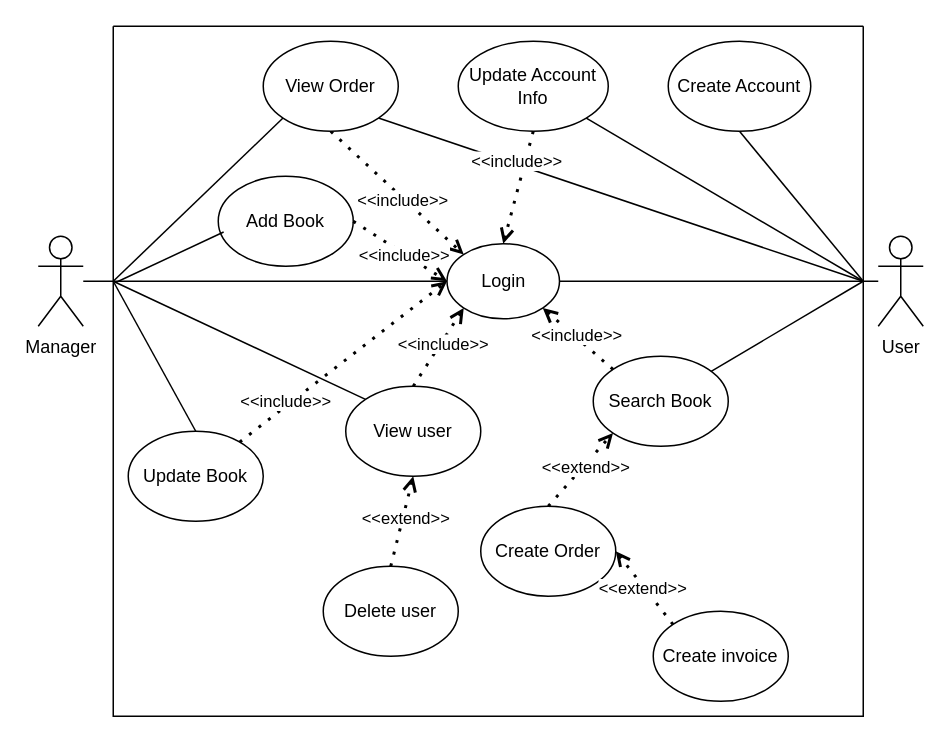
The draw.io diagram Diagrams/UseCase.drawio in starven333/ShopProject, before the edit. Source tidied: cells renumbered, new cells numbered last; positions are measured from the earlier drawing's top-left corner, leaving out a move shared by most shapes. Both pictures are drawn from the tidied source at 150%, with x=0, y=0 at pixel (38, 26).
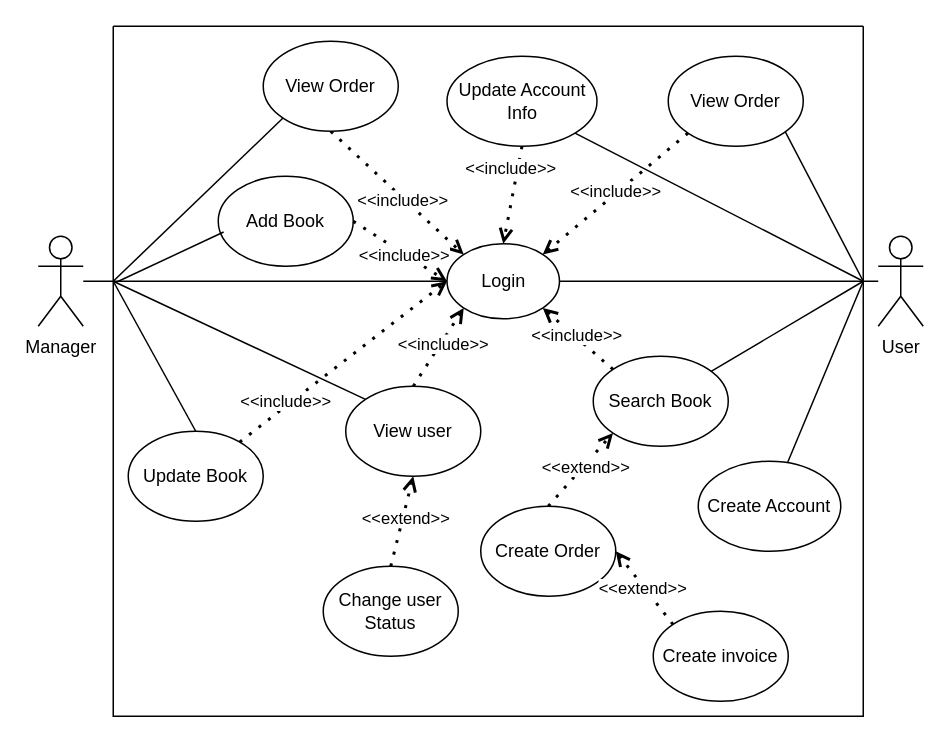
The same page after the edit.

Unchanged cells that the change refers to:
```xml
<mxCell id="6" value="Login" style="ellipse;whiteSpace=wrap;html=1;" parent="1" vertex="1">
  <mxGeometry x="272.5" y="145" width="75" height="50" as="geometry" />
</mxCell>
<mxCell id="33" style="swimlane;startSize=0;" parent="1" vertex="1">
  <mxGeometry x="50" width="500" height="460" as="geometry" />
</mxCell>
<mxCell id="42" value="View Order" style="ellipse;whiteSpace=wrap;html=1;" parent="33" vertex="1">
  <mxGeometry x="100" y="10" width="90" height="60" as="geometry" />
</mxCell>
```

Diff of the diagram source:
```diff
@@
-    <mxCell id="15" value="Update Account Info" style="ellipse;whiteSpace=wrap;html=1;" parent="1" vertex="1">
-      <mxGeometry x="280" y="10" width="100" height="60" as="geometry" />
-    </mxCell>
@@
-    <mxCell id="17" style="endArrow=none;html=1;rounded=0;entryX=1;entryY=1;entryDx=0;entryDy=0;" parent="1" edge="1" target="42">
+    <mxCell id="17" style="endArrow=none;html=1;rounded=0;entryX=0.578;entryY=0.007;entryDx=0;entryDy=0;entryPerimeter=0;" parent="1" edge="1" target="45">
       <mxGeometry relative="1" as="geometry">
         <mxPoint x="550" y="170" as="sourcePoint" />
       </mxGeometry>
     </mxCell>
@@
     <mxCell id="28" value="Create Account" style="ellipse;whiteSpace=wrap;html=1;" parent="1" vertex="1">
-      <mxGeometry x="420" y="10" width="95" height="60" as="geometry" />
+      <mxGeometry x="440" y="290" width="95" height="60" as="geometry" />
     </mxCell>
-    <mxCell id="29" style="endArrow=none;html=1;rounded=0;entryX=0.5;entryY=1;entryDx=0;entryDy=0;" parent="1" edge="1" target="28">
+    <mxCell id="29" style="endArrow=none;html=1;rounded=0;" parent="1" edge="1" target="28">
       <mxGeometry relative="1" as="geometry">
         <mxPoint x="550" y="170" as="sourcePoint" />
       </mxGeometry>
     </mxCell>
@@
-    <mxCell id="35" value="Delete user" style="ellipse;whiteSpace=wrap;html=1;" parent="33" vertex="1">
+    <mxCell id="35" value="Change user Status" style="ellipse;whiteSpace=wrap;html=1;" parent="33" vertex="1">
       <mxGeometry x="140" y="360" width="90" height="60" as="geometry" />
     </mxCell>
@@
+    <mxCell id="45" value="View Order" style="ellipse;whiteSpace=wrap;html=1;" parent="33" vertex="1">
+      <mxGeometry x="370" y="20" width="90" height="60" as="geometry" />
+    </mxCell>
+    <mxCell id="15" value="Update Account Info" style="ellipse;whiteSpace=wrap;html=1;" parent="33" vertex="1">
+      <mxGeometry x="222.5" y="20" width="100" height="60" as="geometry" />
+    </mxCell>
@@
+    <mxCell id="46" style="endArrow=open;dashed=1;html=1;dashPattern=1 3;strokeWidth=2;rounded=0;entryX=1;entryY=0;entryDx=0;entryDy=0;exitX=0;exitY=1;exitDx=0;exitDy=0;endFill=0;startArrow=none;startFill=0;" parent="1" edge="1" source="45" target="6">
+      <mxGeometry relative="1" as="geometry" />
+    </mxCell>
+    <mxCell id="47" value="&amp;lt;&amp;lt;include&amp;gt;&amp;gt;" style="edgeLabel;html=1;align=center;verticalAlign=middle;" parent="46" vertex="1">
+      <mxGeometry x="0.09" y="-1" relative="1" as="geometry">
+        <mxPoint x="5" y="-5" as="offset" />
+      </mxGeometry>
+    </mxCell>
```
